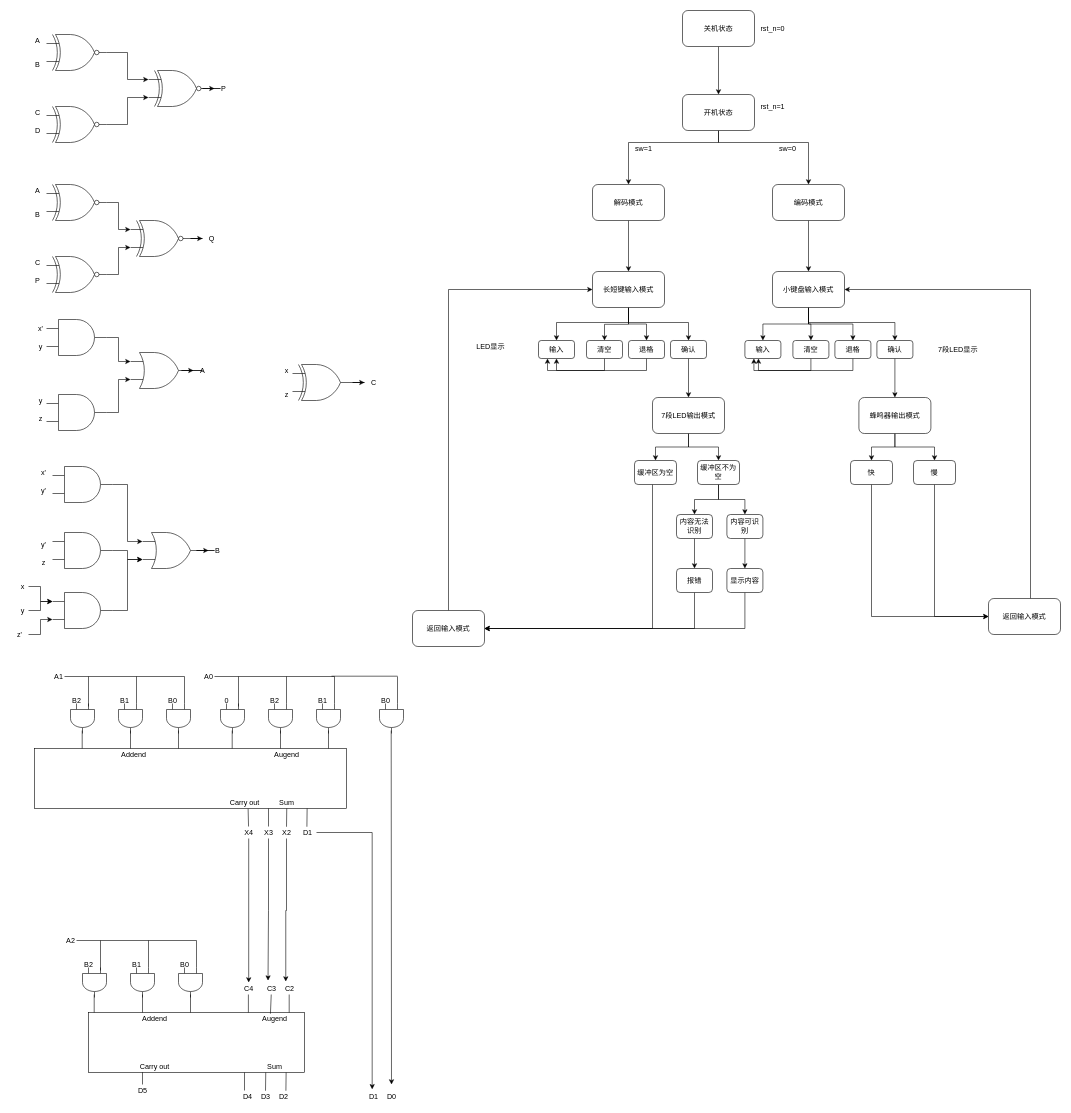
The draw.io diagram Untitled Diagram.drawio in Dexter-Huang/-demo, before the edit. Source tidied: cells renumbered, new cells numbered last; positions are measured from the earlier drawing's top-left corner, leaving out a move shared by most shapes. Both pictures are drawn from the tidied source at 60%, with x=0, y=0 at pixel (10, 10).
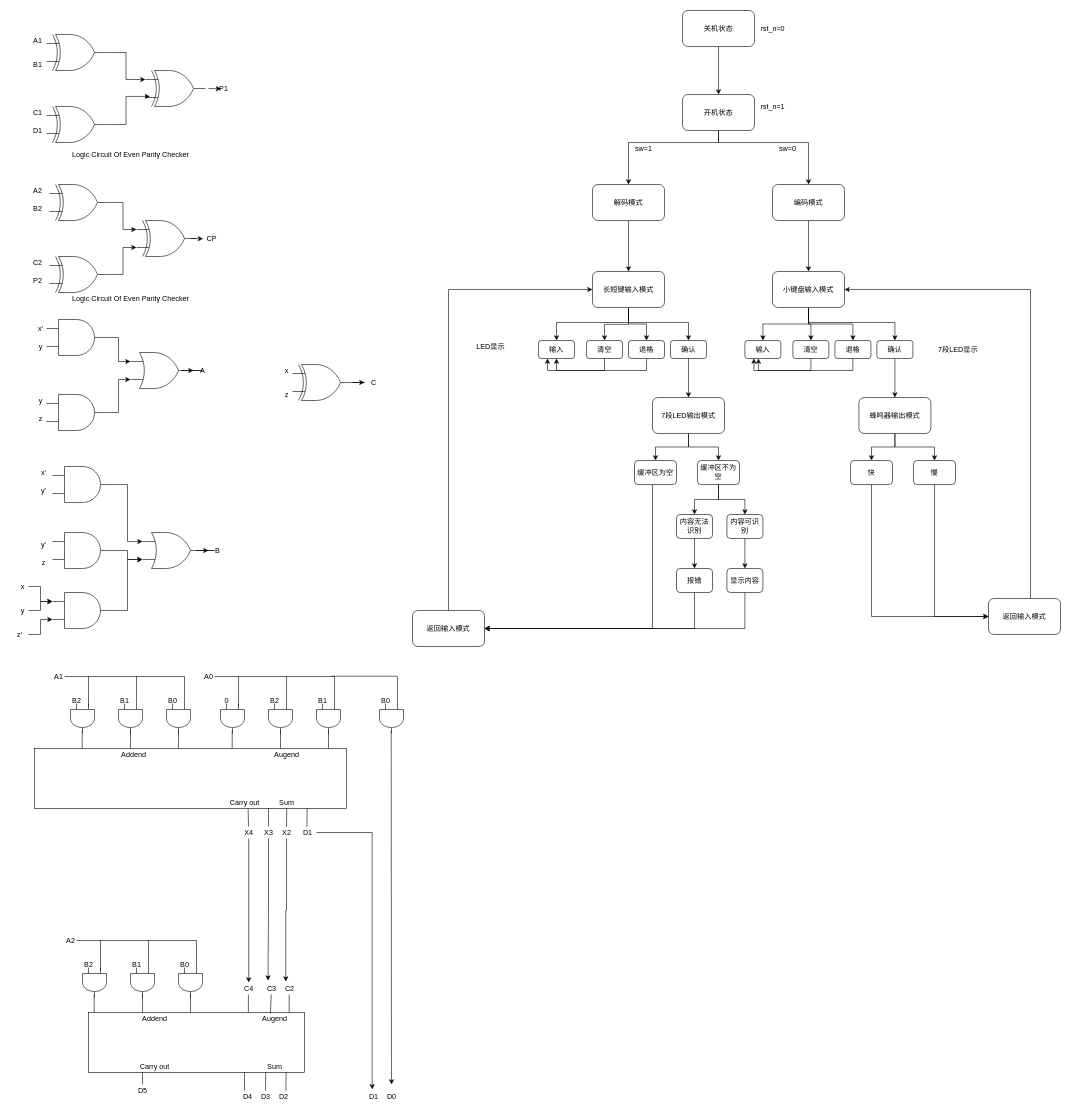
The same page after the edit.

The edit, as a diff of the source:
```diff
@@
-    <mxCell id="68" style="edgeStyle=orthogonalEdgeStyle;rounded=0;jettySize=auto;html=1;exitX=1;exitY=0.5;exitDx=0;exitDy=0;exitPerimeter=0;entryX=0;entryY=0.25;entryDx=0;entryDy=0;entryPerimeter=0;" parent="1" edge="1" source="69" target="82">
-      <mxGeometry relative="1" as="geometry" />
-    </mxCell>
-    <mxCell id="69" style="verticalLabelPosition=bottom;shadow=0;dashed=0;align=center;html=1;verticalAlign=top;shape=mxgraph.electrical.logic_gates.logic_gate;operation=xor;negating=1;negSize=0.15;" parent="1" vertex="1">
-      <mxGeometry x="60" y="40" width="100" height="60" as="geometry" />
-    </mxCell>
-    <mxCell id="70" style="edgeStyle=orthogonalEdgeStyle;rounded=0;jettySize=auto;html=1;exitX=1;exitY=0.5;exitDx=0;exitDy=0;exitPerimeter=0;entryX=0;entryY=0.75;entryDx=0;entryDy=0;entryPerimeter=0;" parent="1" edge="1" source="71" target="82">
-      <mxGeometry relative="1" as="geometry" />
-    </mxCell>
-    <mxCell id="71" style="verticalLabelPosition=bottom;shadow=0;dashed=0;align=center;html=1;verticalAlign=top;shape=mxgraph.electrical.logic_gates.logic_gate;operation=xor;negating=1;negSize=0.15;" parent="1" vertex="1">
-      <mxGeometry x="60" y="160" width="100" height="60" as="geometry" />
-    </mxCell>
-    <mxCell id="72" style="edgeStyle=orthogonalEdgeStyle;rounded=0;jettySize=auto;html=1;exitX=1;exitY=0.5;exitDx=0;exitDy=0;exitPerimeter=0;entryX=0;entryY=0.25;entryDx=0;entryDy=0;entryPerimeter=0;" parent="1" edge="1" source="73" target="88">
-      <mxGeometry relative="1" as="geometry" />
-    </mxCell>
-    <mxCell id="73" style="verticalLabelPosition=bottom;shadow=0;dashed=0;align=center;html=1;verticalAlign=top;shape=mxgraph.electrical.logic_gates.logic_gate;operation=xor;negating=1;negSize=0.15;" parent="1" vertex="1">
-      <mxGeometry x="60" y="290" width="100" height="60" as="geometry" />
-    </mxCell>
-    <mxCell id="74" style="edgeStyle=orthogonalEdgeStyle;rounded=0;jettySize=auto;html=1;exitX=1;exitY=0.5;exitDx=0;exitDy=0;exitPerimeter=0;entryX=0;entryY=0.75;entryDx=0;entryDy=0;entryPerimeter=0;" parent="1" edge="1" source="75" target="88">
-      <mxGeometry relative="1" as="geometry" />
-    </mxCell>
-    <mxCell id="75" style="verticalLabelPosition=bottom;shadow=0;dashed=0;align=center;html=1;verticalAlign=top;shape=mxgraph.electrical.logic_gates.logic_gate;operation=xor;negating=1;negSize=0.15;" parent="1" vertex="1">
-      <mxGeometry x="60" y="410" width="100" height="60" as="geometry" />
-    </mxCell>
-    <mxCell id="76" value="A" style="text;html=1;align=center;verticalAlign=middle;strokeColor=none;fillColor=none;" parent="1" vertex="1">
+    <mxCell id="76" value="A1" style="text;html=1;align=center;verticalAlign=middle;strokeColor=none;fillColor=none;" parent="1" vertex="1">
       <mxGeometry x="30" y="40" width="30" height="20" as="geometry" />
     </mxCell>
-    <mxCell id="77" value="B" style="text;html=1;align=center;verticalAlign=middle;strokeColor=none;fillColor=none;" parent="1" vertex="1">
+    <mxCell id="77" value="B1" style="text;html=1;align=center;verticalAlign=middle;strokeColor=none;fillColor=none;" parent="1" vertex="1">
       <mxGeometry x="30" y="80" width="30" height="20" as="geometry" />
     </mxCell>
-    <mxCell id="78" value="P" style="text;html=1;align=center;verticalAlign=middle;points=[];strokeColor=none;fillColor=none;" parent="1" vertex="1">
+    <mxCell id="78" value="P1" style="text;html=1;align=center;verticalAlign=middle;points=[];strokeColor=none;fillColor=none;" parent="1" vertex="1">
       <mxGeometry x="340" y="120" width="30" height="20" as="geometry" />
     </mxCell>
-    <mxCell id="79" value="D" style="text;html=1;align=center;verticalAlign=middle;strokeColor=none;fillColor=none;" parent="1" vertex="1">
+    <mxCell id="79" value="D1" style="text;html=1;align=center;verticalAlign=middle;strokeColor=none;fillColor=none;" parent="1" vertex="1">
       <mxGeometry x="30" y="190" width="30" height="20" as="geometry" />
     </mxCell>
-    <mxCell id="80" value="C" style="text;html=1;align=center;verticalAlign=middle;strokeColor=none;fillColor=none;" parent="1" vertex="1">
+    <mxCell id="80" value="C1" style="text;html=1;align=center;verticalAlign=middle;strokeColor=none;fillColor=none;" parent="1" vertex="1">
       <mxGeometry x="30" y="160" width="30" height="20" as="geometry" />
     </mxCell>
-    <mxCell id="81" style="edgeStyle=orthogonalEdgeStyle;rounded=0;jettySize=auto;html=1;exitX=1;exitY=0.5;exitDx=0;exitDy=0;exitPerimeter=0;" parent="1" edge="1" source="82" target="78">
-      <mxGeometry relative="1" as="geometry" />
+    <mxCell id="81" style="edgeStyle=orthogonalEdgeStyle;rounded=0;jettySize=auto;html=1;exitX=1;exitY=0.5;exitDx=0;exitDy=0;exitPerimeter=0;" parent="1" edge="1" target="78">
+      <mxGeometry relative="1" as="geometry">
+        <mxPoint x="330" y="130" as="sourcePoint" />
+      </mxGeometry>
     </mxCell>
-    <mxCell id="82" style="verticalLabelPosition=bottom;shadow=0;dashed=0;align=center;html=1;verticalAlign=top;shape=mxgraph.electrical.logic_gates.logic_gate;operation=xor;negating=1;negSize=0.15;" parent="1" vertex="1">
-      <mxGeometry x="230" y="100" width="100" height="60" as="geometry" />
-    </mxCell>
-    <mxCell id="83" value="A" style="text;html=1;align=center;verticalAlign=middle;strokeColor=none;fillColor=none;" parent="1" vertex="1">
+    <mxCell id="83" value="A2" style="text;html=1;align=center;verticalAlign=middle;strokeColor=none;fillColor=none;" parent="1" vertex="1">
       <mxGeometry x="30" y="290" width="30" height="20" as="geometry" />
     </mxCell>
-    <mxCell id="84" value="B" style="text;html=1;align=center;verticalAlign=middle;strokeColor=none;fillColor=none;" parent="1" vertex="1">
-      <mxGeometry x="30" y="330" width="30" height="20" as="geometry" />
+    <mxCell id="84" value="B2" style="text;html=1;align=center;verticalAlign=middle;strokeColor=none;fillColor=none;" parent="1" vertex="1">
+      <mxGeometry x="30" y="320" width="30" height="20" as="geometry" />
     </mxCell>
-    <mxCell id="85" value="P" style="text;html=1;align=center;verticalAlign=middle;strokeColor=none;fillColor=none;" parent="1" vertex="1">
+    <mxCell id="85" value="P2" style="text;html=1;align=center;verticalAlign=middle;strokeColor=none;fillColor=none;" parent="1" vertex="1">
       <mxGeometry x="30" y="440" width="30" height="20" as="geometry" />
     </mxCell>
-    <mxCell id="86" value="C" style="text;html=1;align=center;verticalAlign=middle;strokeColor=none;fillColor=none;" parent="1" vertex="1">
+    <mxCell id="86" value="C2" style="text;html=1;align=center;verticalAlign=middle;strokeColor=none;fillColor=none;" parent="1" vertex="1">
       <mxGeometry x="30" y="410" width="30" height="20" as="geometry" />
     </mxCell>
-    <mxCell id="87" style="edgeStyle=orthogonalEdgeStyle;rounded=0;jettySize=auto;html=1;exitX=1;exitY=0.5;exitDx=0;exitDy=0;exitPerimeter=0;" parent="1" edge="1" source="88" target="89">
-      <mxGeometry relative="1" as="geometry" />
+    <mxCell id="87" style="edgeStyle=orthogonalEdgeStyle;rounded=0;jettySize=auto;html=1;exitX=1;exitY=0.5;exitDx=0;exitDy=0;exitPerimeter=0;" parent="1" edge="1" target="89">
+      <mxGeometry relative="1" as="geometry">
+        <mxPoint x="300" y="380" as="sourcePoint" />
+      </mxGeometry>
     </mxCell>
-    <mxCell id="88" style="verticalLabelPosition=bottom;shadow=0;dashed=0;align=center;html=1;verticalAlign=top;shape=mxgraph.electrical.logic_gates.logic_gate;operation=xor;negating=1;negSize=0.15;" parent="1" vertex="1">
-      <mxGeometry x="200" y="350" width="100" height="60" as="geometry" />
-    </mxCell>
-    <mxCell id="89" value="Q" style="text;html=1;align=center;verticalAlign=middle;points=[];strokeColor=none;fillColor=none;" parent="1" vertex="1">
+    <mxCell id="89" value="CP" style="text;html=1;align=center;verticalAlign=middle;points=[];strokeColor=none;fillColor=none;" parent="1" vertex="1">
       <mxGeometry x="320" y="370" width="30" height="20" as="geometry" />
     </mxCell>
@@
+    <mxCell id="210" style="edgeStyle=orthogonalEdgeStyle;rounded=0;jettySize=auto;html=1;entryX=0;entryY=0.25;entryDx=0;entryDy=0;entryPerimeter=0;" parent="1" edge="1" source="211" target="214">
+      <mxGeometry relative="1" as="geometry" />
+    </mxCell>
+    <mxCell id="211" style="verticalLabelPosition=bottom;shadow=0;dashed=0;align=center;html=1;verticalAlign=top;shape=mxgraph.electrical.logic_gates.logic_gate;operation=xor;" parent="1" vertex="1">
+      <mxGeometry x="60" y="40" width="100" height="60" as="geometry" />
+    </mxCell>
+    <mxCell id="212" style="edgeStyle=orthogonalEdgeStyle;rounded=0;jettySize=auto;html=1;entryX=0.074;entryY=0.72;entryDx=0;entryDy=0;entryPerimeter=0;" parent="1" edge="1" source="213" target="214">
+      <mxGeometry relative="1" as="geometry" />
+    </mxCell>
+    <mxCell id="213" style="verticalLabelPosition=bottom;shadow=0;dashed=0;align=center;html=1;verticalAlign=top;shape=mxgraph.electrical.logic_gates.logic_gate;operation=xor;" parent="1" vertex="1">
+      <mxGeometry x="60" y="160" width="100" height="60" as="geometry" />
+    </mxCell>
+    <mxCell id="214" style="verticalLabelPosition=bottom;shadow=0;dashed=0;align=center;html=1;verticalAlign=top;shape=mxgraph.electrical.logic_gates.logic_gate;operation=xor;" parent="1" vertex="1">
+      <mxGeometry x="225" y="100" width="100" height="60" as="geometry" />
+    </mxCell>
+    <mxCell id="215" style="edgeStyle=orthogonalEdgeStyle;rounded=0;jettySize=auto;html=1;entryX=0;entryY=0.25;entryDx=0;entryDy=0;entryPerimeter=0;" parent="1" edge="1" source="216" target="219">
+      <mxGeometry relative="1" as="geometry" />
+    </mxCell>
+    <mxCell id="216" style="verticalLabelPosition=bottom;shadow=0;dashed=0;align=center;html=1;verticalAlign=top;shape=mxgraph.electrical.logic_gates.logic_gate;operation=xor;" parent="1" vertex="1">
+      <mxGeometry x="65" y="290" width="100" height="60" as="geometry" />
+    </mxCell>
+    <mxCell id="217" style="edgeStyle=orthogonalEdgeStyle;rounded=0;jettySize=auto;html=1;entryX=0;entryY=0.75;entryDx=0;entryDy=0;entryPerimeter=0;" parent="1" edge="1" source="218" target="219">
+      <mxGeometry relative="1" as="geometry" />
+    </mxCell>
+    <mxCell id="218" style="verticalLabelPosition=bottom;shadow=0;dashed=0;align=center;html=1;verticalAlign=top;shape=mxgraph.electrical.logic_gates.logic_gate;operation=xor;" parent="1" vertex="1">
+      <mxGeometry x="65" y="410" width="100" height="60" as="geometry" />
+    </mxCell>
+    <mxCell id="219" style="verticalLabelPosition=bottom;shadow=0;dashed=0;align=center;html=1;verticalAlign=top;shape=mxgraph.electrical.logic_gates.logic_gate;operation=xor;" parent="1" vertex="1">
+      <mxGeometry x="210" y="350" width="100" height="60" as="geometry" />
+    </mxCell>
+    <mxCell id="220" value="Logic Circuit Of Even Parity Checker" style="text;html=1;align=center;verticalAlign=middle;strokeColor=none;fillColor=none;" parent="1" vertex="1">
+      <mxGeometry x="80" y="470" width="240" height="20" as="geometry" />
+    </mxCell>
+    <mxCell id="221" value="Logic Circuit Of Even Parity Checker" style="text;html=1;align=center;verticalAlign=middle;strokeColor=none;fillColor=none;" parent="1" vertex="1">
+      <mxGeometry x="80" y="230" width="240" height="20" as="geometry" />
+    </mxCell>
```
